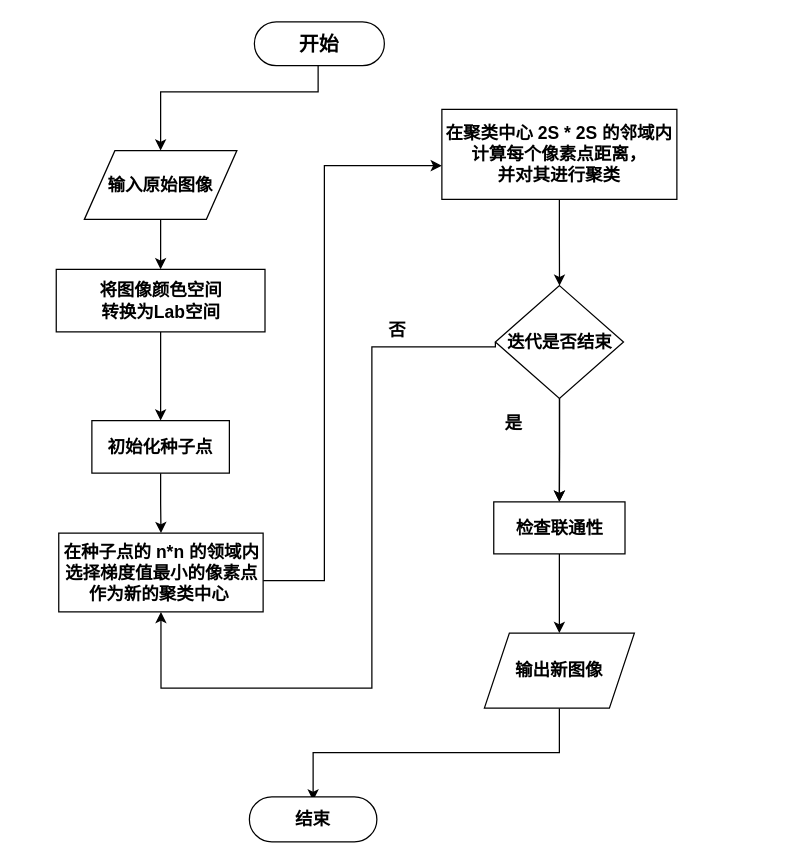
Earlier version of the draw.io diagram SLIC流程图.drawio (wen124/draw). Source tidied: cells renumbered, new cells numbered last; positions are measured from the earlier drawing's top-left corner, leaving out a move shared by most shapes. Both pictures are drawn from the tidied source at 125%, with x=0, y=0 at pixel (55, 21).
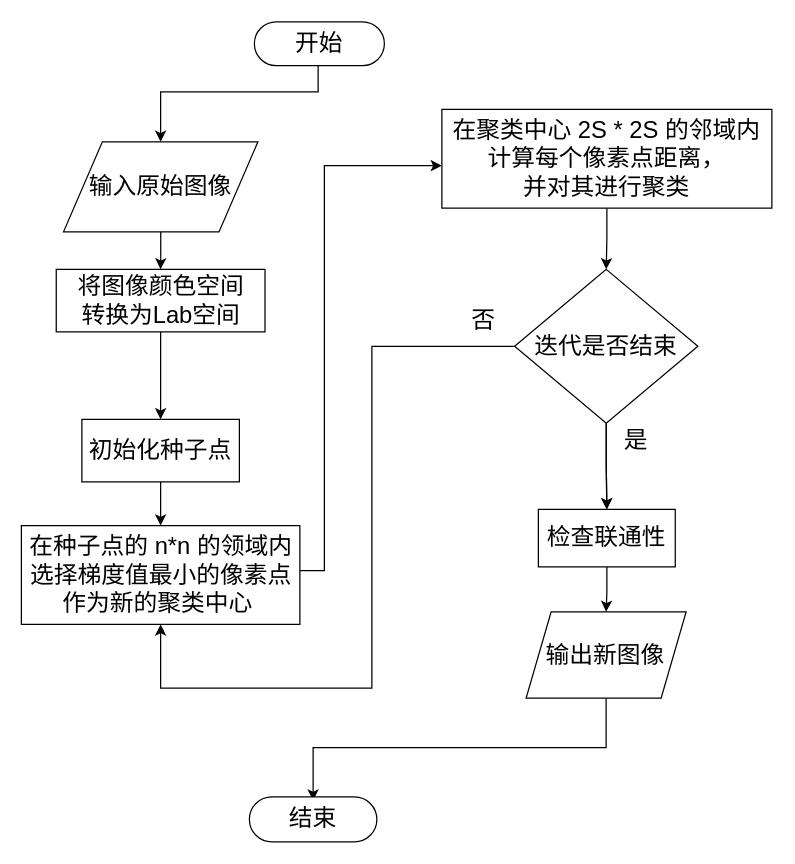
The same page after the edit.

Commit message:
更新SLIC流程图.drawio

Change to the diagram source:
```diff
@@
-    <mxCell id="2" style="edgeStyle=orthogonalEdgeStyle;rounded=0;jettySize=auto;html=1;fontStyle=1;fontSize=14;" parent="1" edge="1" source="3" target="5">
+    <mxCell id="2" style="edgeStyle=orthogonalEdgeStyle;rounded=0;jettySize=auto;html=1;fontStyle=0;fontSize=19;" parent="1" edge="1" source="3" target="5">
       <mxGeometry relative="1" as="geometry">
         <Array as="points">
           <mxPoint x="210" y="56" />
           <mxPoint x="84" y="56" />
         </Array>
       </mxGeometry>
     </mxCell>
-    <mxCell id="3" value="开始" style="html=1;dashed=0;whiteSpace=wrap;shape=mxgraph.dfd.start;fontStyle=1;fontSize=16;" parent="1" vertex="1">
+    <mxCell id="3" value="开始" style="html=1;dashed=0;whiteSpace=wrap;shape=mxgraph.dfd.start;fontStyle=0;fontSize=19;" parent="1" vertex="1">
       <mxGeometry x="159" width="104" height="35" as="geometry" />
     </mxCell>
-    <mxCell id="4" style="edgeStyle=orthogonalEdgeStyle;rounded=0;jettySize=auto;html=1;entryX=0.5;entryY=0;entryDx=0;entryDy=0;fontStyle=1;fontSize=14;" parent="1" edge="1" source="5" target="7">
+    <mxCell id="4" style="edgeStyle=orthogonalEdgeStyle;rounded=0;jettySize=auto;html=1;entryX=0.5;entryY=0;entryDx=0;entryDy=0;fontStyle=0;fontSize=19;" parent="1" edge="1" source="5" target="7">
       <mxGeometry relative="1" as="geometry" />
     </mxCell>
-    <mxCell id="5" value="输入原始图像" style="shape=parallelogram;perimeter=parallelogramPerimeter;whiteSpace=wrap;html=1;dashed=0;fontStyle=1;fontSize=14;" parent="1" vertex="1">
-      <mxGeometry x="23" y="103" width="122" height="55" as="geometry" />
+    <mxCell id="5" value="输入原始图像" style="shape=parallelogram;perimeter=parallelogramPerimeter;whiteSpace=wrap;html=1;dashed=0;fontStyle=0;fontSize=19;" parent="1" vertex="1">
+      <mxGeometry x="6.3" y="96" width="155.5" height="72" as="geometry" />
     </mxCell>
-    <mxCell id="6" style="edgeStyle=orthogonalEdgeStyle;rounded=0;jettySize=auto;html=1;fontStyle=1;fontSize=14;" parent="1" edge="1" source="7" target="9">
+    <mxCell id="6" style="edgeStyle=orthogonalEdgeStyle;rounded=0;jettySize=auto;html=1;fontStyle=0;fontSize=19;" parent="1" edge="1" source="7" target="9">
       <mxGeometry relative="1" as="geometry" />
     </mxCell>
-    <mxCell id="7" value="将图像颜色空间&lt;br&gt;转换为Lab空间" style="html=1;dashed=0;whiteSpace=wrap;fontStyle=1;fontSize=14;" parent="1" vertex="1">
+    <mxCell id="7" value="将图像颜色空间&lt;br style=&quot;font-size: 19px;&quot;&gt;转换为Lab空间" style="html=1;dashed=0;whiteSpace=wrap;fontStyle=0;fontSize=19;" parent="1" vertex="1">
       <mxGeometry x="0.5" y="198" width="167" height="50" as="geometry" />
     </mxCell>
-    <mxCell id="8" style="edgeStyle=orthogonalEdgeStyle;rounded=0;jettySize=auto;html=1;fontStyle=1;fontSize=14;" parent="1" edge="1" source="9" target="11">
+    <mxCell id="8" style="edgeStyle=orthogonalEdgeStyle;rounded=0;jettySize=auto;html=1;fontStyle=0;fontSize=19;" parent="1" edge="1" source="9" target="11">
       <mxGeometry relative="1" as="geometry" />
     </mxCell>
-    <mxCell id="9" value="初始化种子点" style="whiteSpace=wrap;html=1;dashed=0;fontStyle=1;fontSize=14;" parent="1" vertex="1">
-      <mxGeometry x="29" y="319" width="110" height="42" as="geometry" />
+    <mxCell id="9" value="初始化种子点" style="whiteSpace=wrap;html=1;dashed=0;fontStyle=0;fontSize=19;" parent="1" vertex="1">
+      <mxGeometry x="21" y="318" width="126" height="50" as="geometry" />
     </mxCell>
-    <mxCell id="10" style="edgeStyle=orthogonalEdgeStyle;rounded=0;jettySize=auto;html=1;fontStyle=1;fontSize=14;" parent="1" edge="1" source="11" target="13">
+    <mxCell id="10" style="edgeStyle=orthogonalEdgeStyle;rounded=0;jettySize=auto;html=1;fontStyle=0;fontSize=19;" parent="1" edge="1" source="11" target="13">
       <mxGeometry relative="1" as="geometry">
         <Array as="points">
-          <mxPoint x="215" y="447" />
+          <mxPoint x="215" y="439" />
           <mxPoint x="215" y="115" />
         </Array>
       </mxGeometry>
     </mxCell>
-    <mxCell id="11" value="在种子点的 n*n 的领域内&lt;br&gt;选择梯度值最小的像素点&lt;br&gt;作为新的聚类中心&amp;nbsp;" style="whiteSpace=wrap;html=1;dashed=0;fontStyle=1;fontSize=14;" parent="1" vertex="1">
-      <mxGeometry x="2.5" y="409" width="163.5" height="63" as="geometry" />
+    <mxCell id="11" value="在种子点的 n*n 的领域内&lt;br style=&quot;font-size: 19px;&quot;&gt;选择梯度值最小的像素点&lt;br style=&quot;font-size: 19px;&quot;&gt;作为新的聚类中心&amp;nbsp;" style="whiteSpace=wrap;html=1;dashed=0;fontStyle=0;fontSize=19;" parent="1" vertex="1">
+      <mxGeometry x="-27.4" y="403" width="222.8" height="79" as="geometry" />
     </mxCell>
-    <mxCell id="12" style="edgeStyle=orthogonalEdgeStyle;rounded=0;jettySize=auto;html=1;fontStyle=1;fontSize=14;" parent="1" edge="1" source="13" target="17">
+    <mxCell id="12" style="edgeStyle=orthogonalEdgeStyle;rounded=0;jettySize=auto;html=1;fontStyle=0;fontSize=19;" parent="1" edge="1" source="13" target="17">
       <mxGeometry relative="1" as="geometry" />
     </mxCell>
-    <mxCell id="13" value="在聚类中心 2S * 2S 的邻域内计算每个像素点距离，&lt;br style=&quot;font-size: 14px;&quot;&gt;并对其进行聚类" style="whiteSpace=wrap;html=1;dashed=0;fontStyle=1;fontSize=14;" parent="1" vertex="1">
-      <mxGeometry x="309" y="70" width="188" height="72" as="geometry" />
+    <mxCell id="13" value="在聚类中心 2S * 2S 的邻域内计算每个像素点距离，&lt;br style=&quot;font-size: 19px;&quot;&gt;并对其进行聚类" style="whiteSpace=wrap;html=1;dashed=0;fontStyle=0;fontSize=19;" parent="1" vertex="1">
+      <mxGeometry x="309" y="70" width="264" height="79" as="geometry" />
     </mxCell>
-    <mxCell id="14" style="edgeStyle=orthogonalEdgeStyle;rounded=0;jettySize=auto;html=1;fontStyle=1;fontSize=14;" parent="1" edge="1" source="17" target="19">
+    <mxCell id="14" style="edgeStyle=orthogonalEdgeStyle;rounded=0;jettySize=auto;html=1;fontStyle=0;fontSize=19;" parent="1" edge="1" source="17" target="19">
       <mxGeometry relative="1" as="geometry" />
     </mxCell>
-    <mxCell id="15" style="edgeStyle=orthogonalEdgeStyle;rounded=0;jettySize=auto;html=1;fontStyle=1;fontSize=14;" parent="1" edge="1" source="17" target="19">
+    <mxCell id="15" style="edgeStyle=orthogonalEdgeStyle;rounded=0;jettySize=auto;html=1;fontStyle=0;fontSize=19;" parent="1" edge="1" source="17" target="19">
       <mxGeometry relative="1" as="geometry" />
     </mxCell>
-    <mxCell id="16" style="edgeStyle=orthogonalEdgeStyle;rounded=0;jettySize=auto;html=1;exitX=0;exitY=0.5;exitDx=0;exitDy=0;entryX=0.5;entryY=1;entryDx=0;entryDy=0;fontStyle=1;fontSize=14;" parent="1" edge="1" source="17" target="11">
+    <mxCell id="16" style="edgeStyle=orthogonalEdgeStyle;rounded=0;jettySize=auto;html=1;exitX=0;exitY=0.5;exitDx=0;exitDy=0;entryX=0.5;entryY=1;entryDx=0;entryDy=0;fontStyle=0;fontSize=19;" parent="1" edge="1" source="17" target="11">
       <mxGeometry relative="1" as="geometry">
         <Array as="points">
           <mxPoint x="253" y="260" />
           <mxPoint x="253" y="533" />
           <mxPoint x="84" y="533" />
         </Array>
       </mxGeometry>
     </mxCell>
-    <mxCell id="17" value="迭代是否结束" style="rhombus;whiteSpace=wrap;html=1;dashed=0;fontStyle=1;fontSize=14;" parent="1" vertex="1">
-      <mxGeometry x="351.8" y="211" width="102.5" height="90.2" as="geometry" />
+    <mxCell id="17" value="迭代是否结束" style="rhombus;whiteSpace=wrap;html=1;dashed=0;fontStyle=0;fontSize=19;" parent="1" vertex="1">
+      <mxGeometry x="367.2" y="198" width="146.6" height="123" as="geometry" />
     </mxCell>
-    <mxCell id="18" style="edgeStyle=orthogonalEdgeStyle;rounded=0;jettySize=auto;html=1;fontStyle=1;fontSize=14;" parent="1" edge="1" source="19" target="21">
+    <mxCell id="18" style="edgeStyle=orthogonalEdgeStyle;rounded=0;jettySize=auto;html=1;fontStyle=0;fontSize=19;" parent="1" edge="1" source="19" target="21">
       <mxGeometry relative="1" as="geometry" />
     </mxCell>
-    <mxCell id="19" value="检查联通性" style="whiteSpace=wrap;html=1;dashed=0;fontStyle=1;fontSize=14;" parent="1" vertex="1">
-      <mxGeometry x="350.5" y="384" width="105" height="41.6" as="geometry" />
+    <mxCell id="19" value="检查联通性" style="whiteSpace=wrap;html=1;dashed=0;fontStyle=0;fontSize=19;" parent="1" vertex="1">
+      <mxGeometry x="386.2" y="390" width="109.5" height="46" as="geometry" />
     </mxCell>
-    <mxCell id="20" style="edgeStyle=orthogonalEdgeStyle;rounded=0;jettySize=auto;html=1;exitX=0.5;exitY=1;exitDx=0;exitDy=0;entryX=0.5;entryY=0.5;entryDx=0;entryDy=-15;entryPerimeter=0;fontStyle=1;fontSize=14;" parent="1" edge="1" source="21" target="22">
+    <mxCell id="20" style="edgeStyle=orthogonalEdgeStyle;rounded=0;jettySize=auto;html=1;exitX=0.5;exitY=1;exitDx=0;exitDy=0;entryX=0.5;entryY=0.5;entryDx=0;entryDy=-15;entryPerimeter=0;fontStyle=0;fontSize=19;" parent="1" edge="1" source="21" target="22">
       <mxGeometry relative="1" as="geometry" />
     </mxCell>
-    <mxCell id="21" value="输出新图像" style="shape=parallelogram;perimeter=parallelogramPerimeter;whiteSpace=wrap;html=1;fixedSize=1;dashed=0;fontStyle=1;fontSize=14;" parent="1" vertex="1">
-      <mxGeometry x="343" y="489" width="120" height="60" as="geometry" />
+    <mxCell id="21" value="输出新图像" style="shape=parallelogram;perimeter=parallelogramPerimeter;whiteSpace=wrap;html=1;fixedSize=1;dashed=0;fontStyle=0;fontSize=19;" parent="1" vertex="1">
+      <mxGeometry x="376.4" y="472" width="128" height="69" as="geometry" />
     </mxCell>
-    <mxCell id="22" value="结束" style="html=1;dashed=0;whiteSpace=wrap;shape=mxgraph.dfd.start;fontStyle=1;fontSize=14;" parent="1" vertex="1">
+    <mxCell id="22" value="结束" style="html=1;dashed=0;whiteSpace=wrap;shape=mxgraph.dfd.start;fontStyle=0;fontSize=19;" parent="1" vertex="1">
       <mxGeometry x="155" y="620" width="102" height="36" as="geometry" />
     </mxCell>
-    <mxCell id="23" value="是" style="text;html=1;align=center;verticalAlign=middle;strokeColor=none;fillColor=none;fontStyle=1;fontSize=14;" parent="1" vertex="1">
-      <mxGeometry x="350" y="306" width="32" height="29" as="geometry" />
+    <mxCell id="23" value="是" style="text;html=1;align=center;verticalAlign=middle;strokeColor=none;fillColor=none;fontStyle=0;fontSize=19;" parent="1" vertex="1">
+      <mxGeometry x="445" y="318" width="37" height="34" as="geometry" />
     </mxCell>
-    <mxCell id="24" value="否" style="text;html=1;align=center;verticalAlign=middle;strokeColor=none;fillColor=none;fontStyle=1;fontSize=14;" parent="1" vertex="1">
-      <mxGeometry x="257" y="232" width="32" height="29" as="geometry" />
+    <mxCell id="24" value="否" style="text;html=1;align=center;verticalAlign=middle;strokeColor=none;fillColor=none;fontStyle=0;fontSize=19;" parent="1" vertex="1">
+      <mxGeometry x="323" y="222" width="37" height="34" as="geometry" />
     </mxCell>
```
